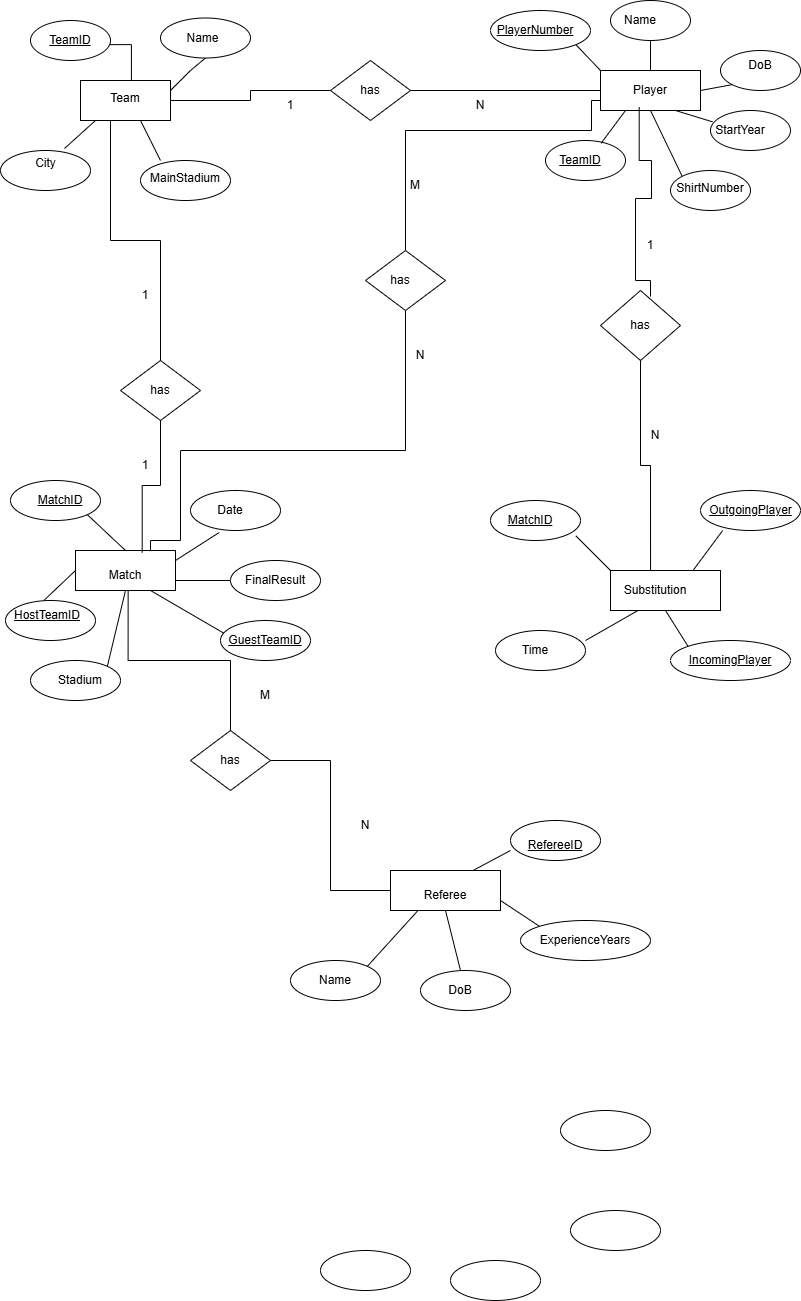
Above: Untitled Diagram.drawio.png in Kavindi2002/Kavindi2002 (draw.io), before the change. Source tidied: cells renumbered, new cells last; positions are measured from the earlier drawing's top-left corner, leaving out a move shared by most shapes.
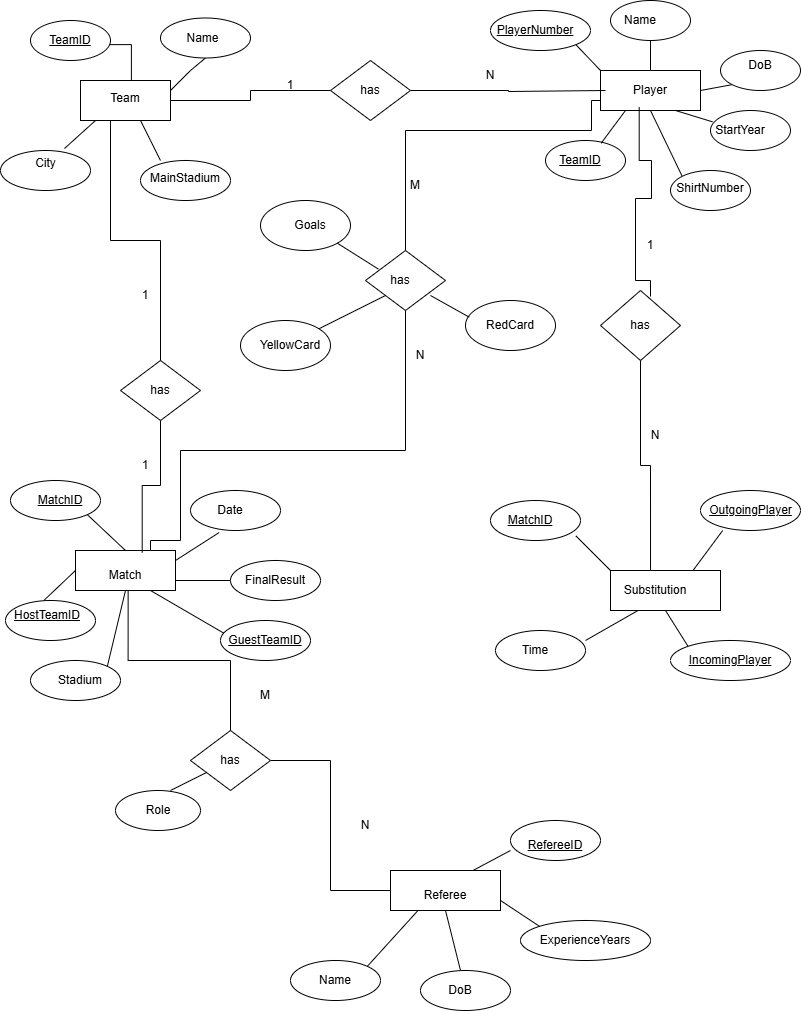
The same file after the commit.

What changed in the source:
```diff
@@ -61,8 +61,14 @@
     <mxCell id="17" style="rhombus;whiteSpace=wrap;html=1;" parent="1" vertex="1">
       <mxGeometry x="120" y="360" width="80" height="60" as="geometry" />
     </mxCell>
-    <mxCell id="18" style="edgeStyle=orthogonalEdgeStyle;rounded=0;jettySize=auto;html=1;exitX=1;exitY=0.5;exitDx=0;exitDy=0;endArrow=none;startFill=0;" parent="1" edge="1" source="19" target="14">
-      <mxGeometry relative="1" as="geometry" />
+    <mxCell id="18" style="edgeStyle=orthogonalEdgeStyle;rounded=0;jettySize=auto;html=1;exitX=1;exitY=0.5;exitDx=0;exitDy=0;endArrow=none;startFill=0;" parent="1" edge="1" source="19">
+      <mxGeometry relative="1" as="geometry">
+        <mxPoint x="605" y="90" as="targetPoint" />
+        <Array as="points">
+          <mxPoint x="508" y="90" />
+          <mxPoint x="508" y="91" />
+        </Array>
+      </mxGeometry>
     </mxCell>
     <mxCell id="19" style="rhombus;whiteSpace=wrap;html=1;" parent="1" vertex="1">
       <mxGeometry x="330" y="60" width="80" height="60" as="geometry" />
@@ -148,12 +154,6 @@
     <mxCell id="46" style="ellipse;whiteSpace=wrap;html=1;" parent="1" vertex="1">
       <mxGeometry x="670" y="640" width="120" height="40" as="geometry" />
     </mxCell>
-    <mxCell id="47" style="ellipse;whiteSpace=wrap;html=1;" parent="1" vertex="1">
-      <mxGeometry x="560" y="1110" width="90" height="40" as="geometry" />
-    </mxCell>
-    <mxCell id="48" style="ellipse;whiteSpace=wrap;html=1;" parent="1" vertex="1">
-      <mxGeometry x="570" y="1210" width="90" height="40" as="geometry" />
-    </mxCell>
     <mxCell id="49" style="ellipse;whiteSpace=wrap;html=1;" parent="1" vertex="1">
       <mxGeometry x="520" y="920" width="130" height="40" as="geometry" />
     </mxCell>
@@ -163,15 +163,9 @@
     <mxCell id="51" style="ellipse;whiteSpace=wrap;html=1;" parent="1" vertex="1">
       <mxGeometry x="420" y="970" width="90" height="40" as="geometry" />
     </mxCell>
-    <mxCell id="52" style="ellipse;whiteSpace=wrap;html=1;" parent="1" vertex="1">
-      <mxGeometry x="450" y="1260" width="90" height="40" as="geometry" />
-    </mxCell>
     <mxCell id="53" style="ellipse;whiteSpace=wrap;html=1;" parent="1" vertex="1">
       <mxGeometry x="290" y="960" width="90" height="40" as="geometry" />
     </mxCell>
-    <mxCell id="54" style="ellipse;whiteSpace=wrap;html=1;" parent="1" vertex="1">
-      <mxGeometry x="320" y="1250" width="90" height="40" as="geometry" />
-    </mxCell>
     <mxCell id="55" style="edgeStyle=orthogonalEdgeStyle;rounded=0;jettySize=auto;html=1;exitX=0.25;exitY=1;exitDx=0;exitDy=0;endArrow=none;startFill=0;" parent="1" edge="1" source="56" target="17">
       <mxGeometry relative="1" as="geometry" />
     </mxCell>
@@ -364,10 +358,10 @@
       <mxGeometry x="130" y="450" width="30" height="30" as="geometry" />
     </mxCell>
     <mxCell id="110" value="N" style="text;html=1;align=center;verticalAlign=middle;whiteSpace=wrap;rounded=0;" parent="1" vertex="1">
-      <mxGeometry x="450" y="90" width="60" height="30" as="geometry" />
+      <mxGeometry x="460" y="60" width="60" height="30" as="geometry" />
     </mxCell>
     <mxCell id="111" value="1" style="text;html=1;align=center;verticalAlign=middle;whiteSpace=wrap;rounded=0;" parent="1" vertex="1">
-      <mxGeometry x="260" y="90" width="60" height="30" as="geometry" />
+      <mxGeometry x="260" y="70" width="60" height="30" as="geometry" />
     </mxCell>
     <mxCell id="112" style="edgeStyle=orthogonalEdgeStyle;rounded=0;jettySize=auto;html=1;exitX=0.5;exitY=0;exitDx=0;exitDy=0;entryX=0;entryY=0.75;entryDx=0;entryDy=0;endArrow=none;startFill=0;" parent="1" edge="1" source="113" target="14">
       <mxGeometry relative="1" as="geometry">
@@ -387,8 +381,46 @@
     <mxCell id="115" value="M" style="text;html=1;align=center;verticalAlign=middle;whiteSpace=wrap;rounded=0;" parent="1" vertex="1">
       <mxGeometry x="385" y="170" width="60" height="30" as="geometry" />
     </mxCell>
+    <mxCell id="117" style="edgeStyle=none;rounded=0;jettySize=auto;html=1;exitX=0.25;exitY=1;exitDx=0;exitDy=0;endArrow=none;startFill=0;" parent="1" edge="1" source="116" target="121">
+      <mxGeometry relative="1" as="geometry" />
+    </mxCell>
     <mxCell id="116" value="has" style="text;html=1;align=center;verticalAlign=middle;whiteSpace=wrap;rounded=0;" parent="1" vertex="1">
       <mxGeometry x="370" y="265" width="60" height="30" as="geometry" />
     </mxCell>
+    <mxCell id="118" style="ellipse;whiteSpace=wrap;html=1;" parent="1" vertex="1">
+      <mxGeometry x="115" y="790" width="85" height="40" as="geometry" />
+    </mxCell>
+    <mxCell id="119" style="edgeStyle=none;rounded=0;jettySize=auto;html=1;endArrow=none;startFill=0;" parent="1" edge="1" target="21">
+      <mxGeometry relative="1" as="geometry">
+        <mxPoint x="170" y="790" as="sourcePoint" />
+      </mxGeometry>
+    </mxCell>
+    <mxCell id="120" value="Role" style="text;html=1;align=center;verticalAlign=middle;whiteSpace=wrap;rounded=0;" parent="1" vertex="1">
+      <mxGeometry x="127.5" y="795" width="60" height="30" as="geometry" />
+    </mxCell>
+    <mxCell id="121" style="ellipse;whiteSpace=wrap;html=1;" parent="1" vertex="1">
+      <mxGeometry x="240" y="320" width="90" height="50" as="geometry" />
+    </mxCell>
+    <mxCell id="122" style="ellipse;whiteSpace=wrap;html=1;" parent="1" vertex="1">
+      <mxGeometry x="465" y="300" width="90" height="50" as="geometry" />
+    </mxCell>
+    <mxCell id="123" style="ellipse;whiteSpace=wrap;html=1;" parent="1" vertex="1">
+      <mxGeometry x="260" y="200" width="90" height="50" as="geometry" />
+    </mxCell>
+    <mxCell id="124" style="edgeStyle=none;rounded=0;jettySize=auto;html=1;exitX=1;exitY=1;exitDx=0;exitDy=0;entryX=0.133;entryY=0.122;entryDx=0;entryDy=0;entryPerimeter=0;endArrow=none;startFill=0;" parent="1" edge="1" source="123" target="116">
+      <mxGeometry relative="1" as="geometry" />
+    </mxCell>
+    <mxCell id="125" style="edgeStyle=none;rounded=0;jettySize=auto;html=1;exitX=1;exitY=1;exitDx=0;exitDy=0;entryX=0.041;entryY=0.333;entryDx=0;entryDy=0;entryPerimeter=0;endArrow=none;startFill=0;" parent="1" edge="1" source="116" target="122">
+      <mxGeometry relative="1" as="geometry" />
+    </mxCell>
+    <mxCell id="126" value="Goals" style="text;html=1;align=center;verticalAlign=middle;whiteSpace=wrap;rounded=0;" parent="1" vertex="1">
+      <mxGeometry x="280" y="210" width="60" height="30" as="geometry" />
+    </mxCell>
+    <mxCell id="127" value="RedCard" style="text;html=1;align=center;verticalAlign=middle;whiteSpace=wrap;rounded=0;" parent="1" vertex="1">
+      <mxGeometry x="480" y="310" width="60" height="30" as="geometry" />
+    </mxCell>
+    <mxCell id="128" value="YellowCard" style="text;html=1;align=center;verticalAlign=middle;whiteSpace=wrap;rounded=0;" parent="1" vertex="1">
+      <mxGeometry x="260" y="330" width="60" height="30" as="geometry" />
+    </mxCell>
   </root>
 </mxGraphModel>
```
